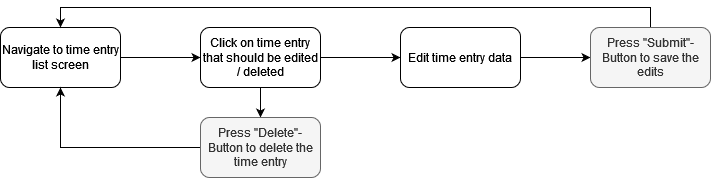
The draw.io diagram ux/userflow_edit_timeentry.drawio.png in robbeCoded/KMP_Timetracking, before a commit. Source tidied: cells renumbered, new cells last; positions are measured from the earlier drawing's top-left corner, leaving out a move shared by most shapes.
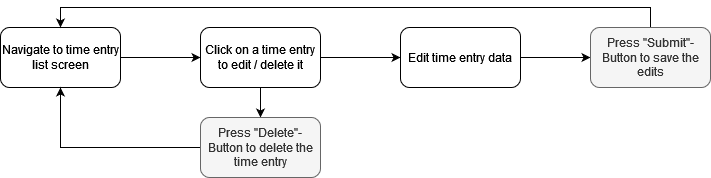
After the change.

What changed in the source:
```diff
@@ -14,7 +14,7 @@
     <mxCell id="5" style="edgeStyle=orthogonalEdgeStyle;rounded=0;jettySize=auto;html=1;" parent="1" edge="1" source="6" target="10">
       <mxGeometry relative="1" as="geometry" />
     </mxCell>
-    <mxCell id="6" value="Click on time entry that should be edited / deleted" style="whiteSpace=wrap;html=1;rounded=1;" parent="1" vertex="1">
+    <mxCell id="6" value="Click on a time entry to edit / delete it" style="whiteSpace=wrap;html=1;rounded=1;" parent="1" vertex="1">
       <mxGeometry x="200" width="120" height="60" as="geometry" />
     </mxCell>
     <mxCell id="7" style="edgeStyle=orthogonalEdgeStyle;rounded=0;jettySize=auto;html=1;exitX=0;exitY=0.5;exitDx=0;exitDy=0;entryX=0.5;entryY=1;entryDx=0;entryDy=0;" parent="1" edge="1" source="8" target="3">
```
